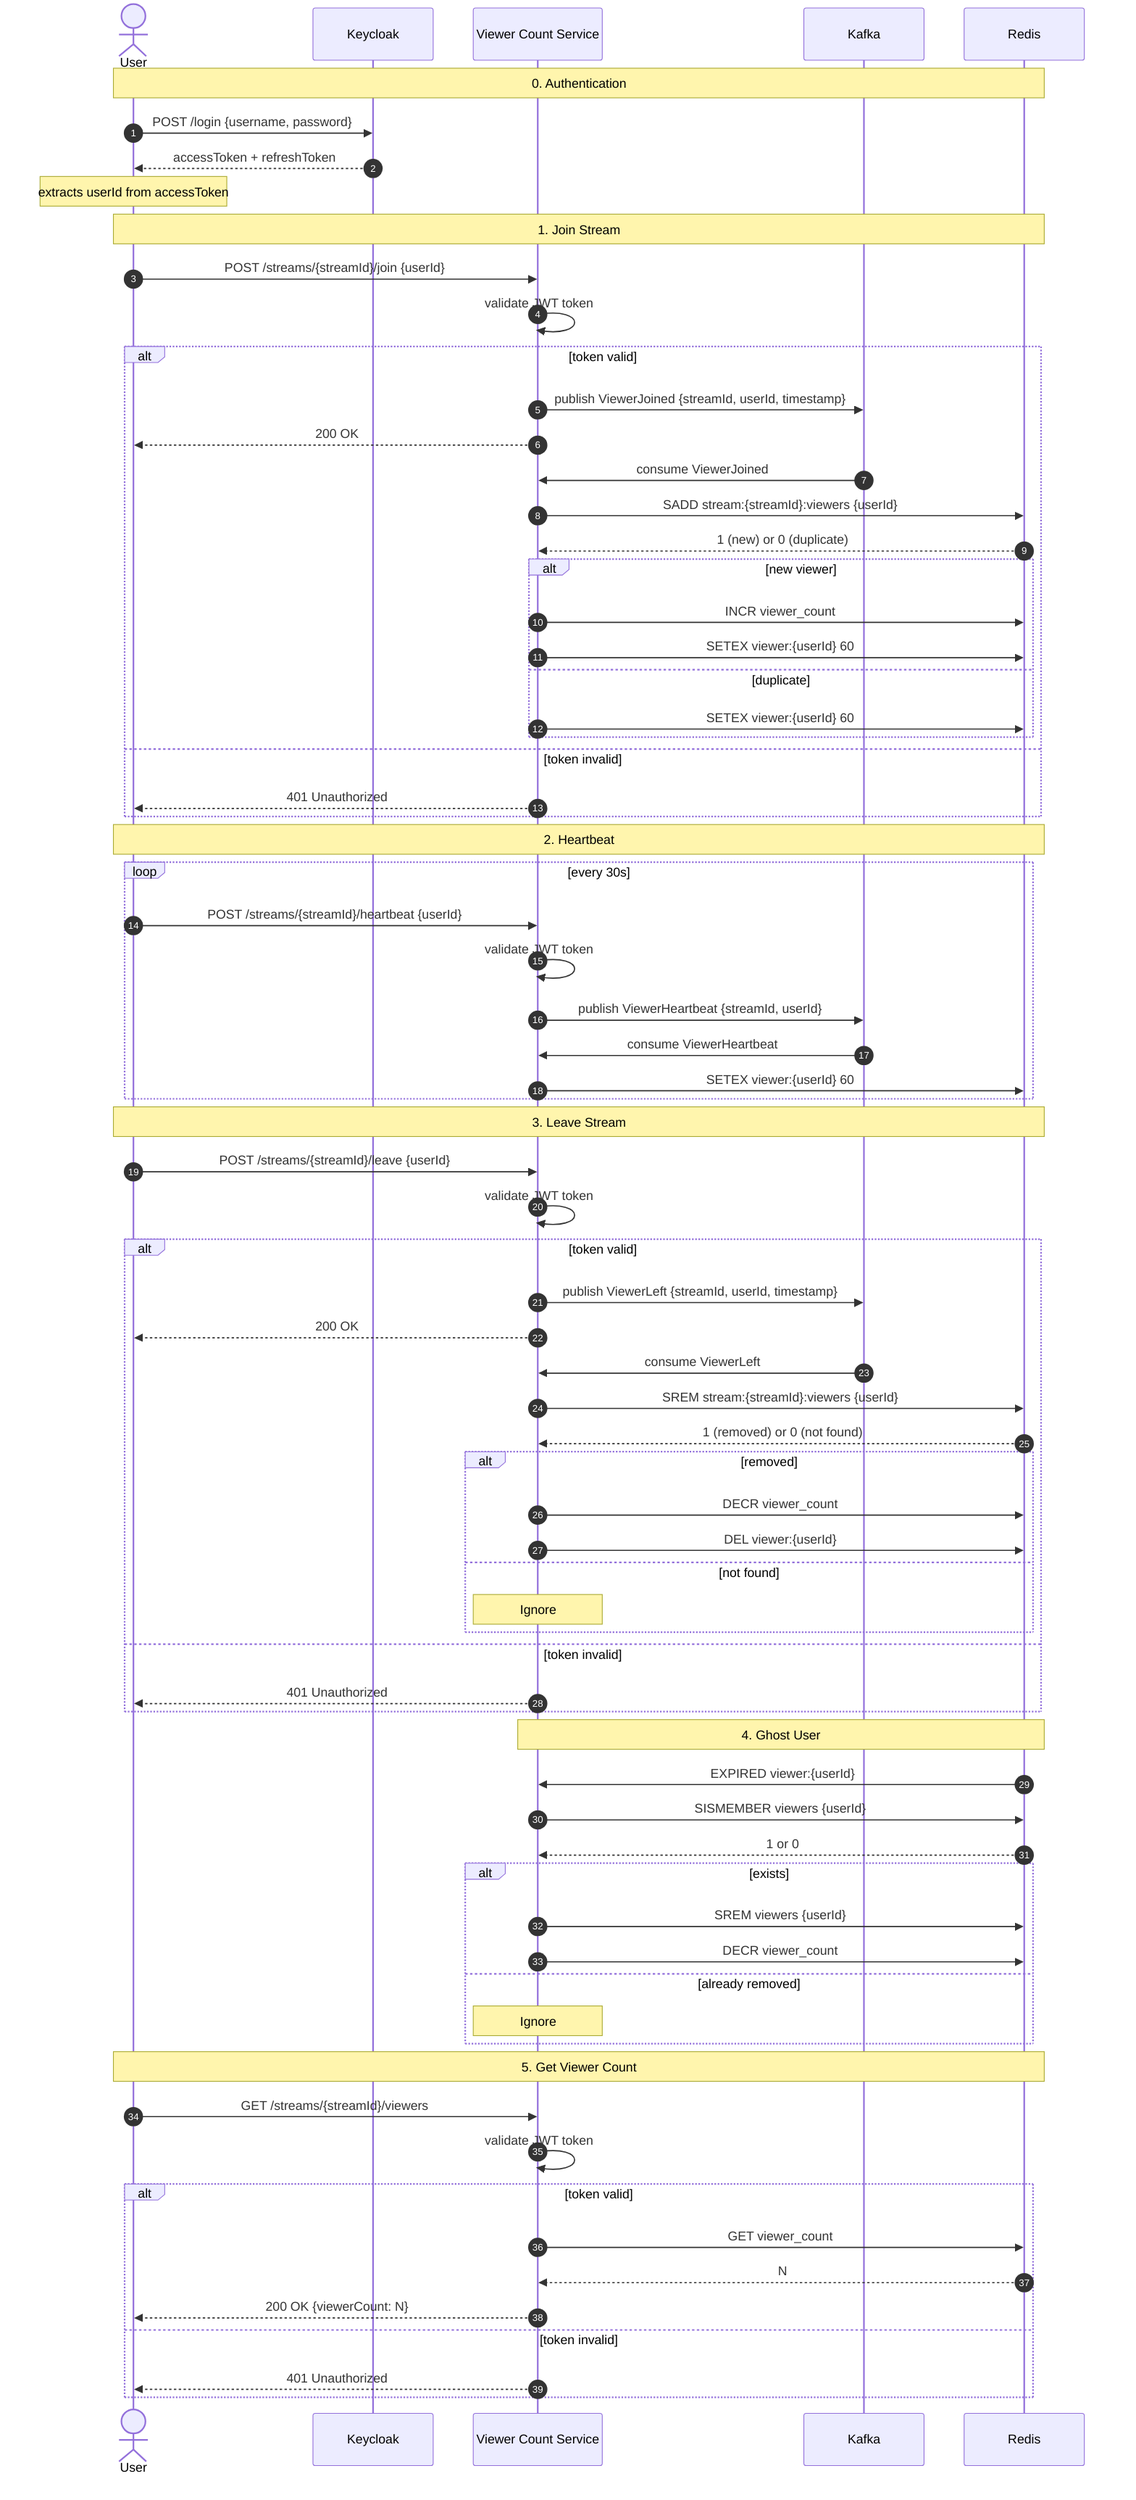
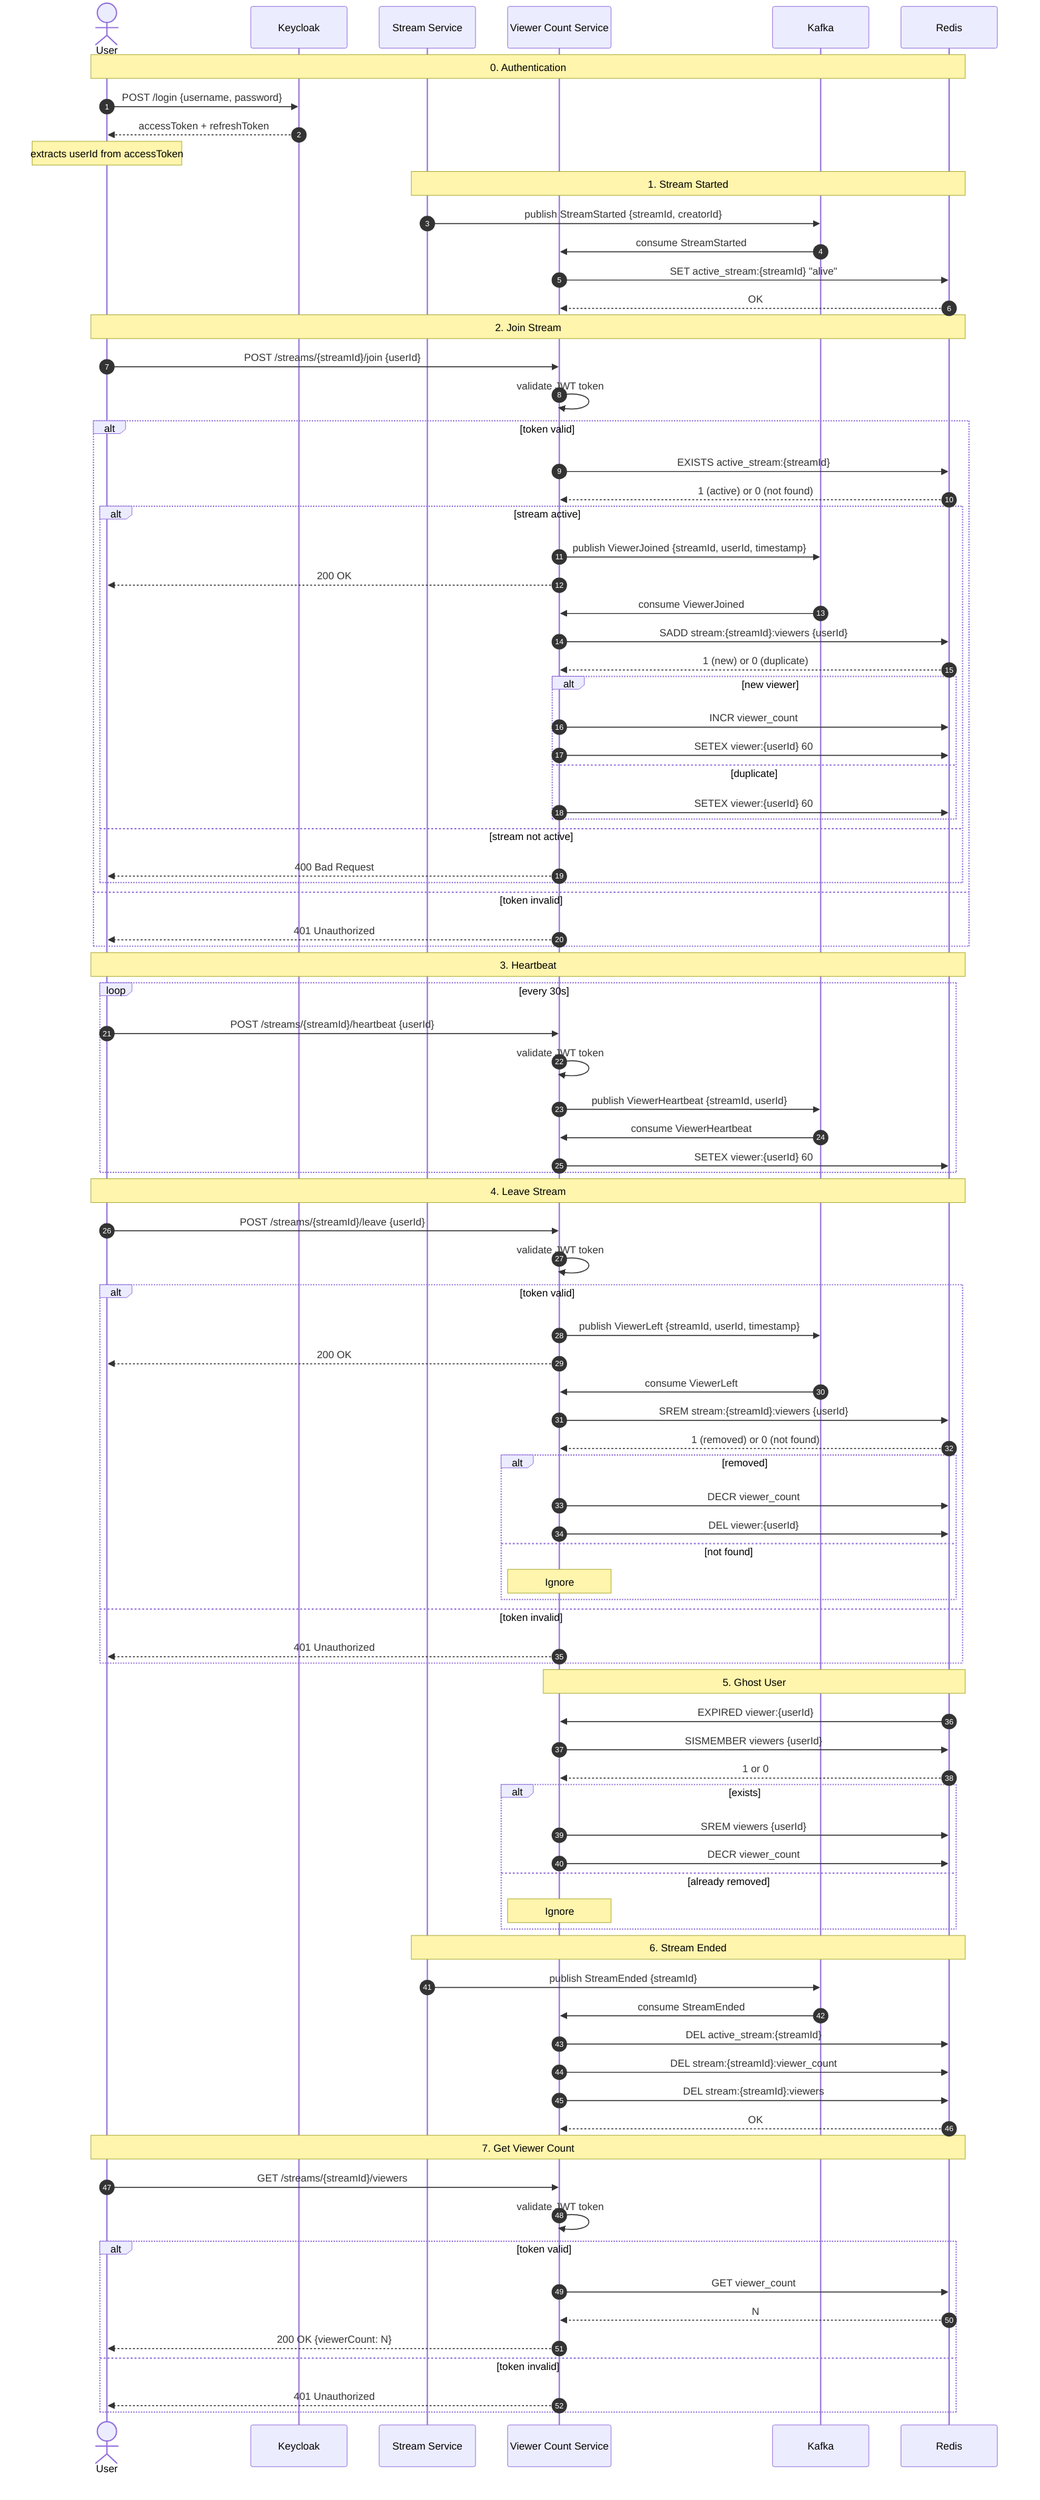
sequenceDiagram
    autonumber
    actor U as User
    participant KC as Keycloak
+     participant SS as Stream Service
    participant V as Viewer Count Service
    participant K as Kafka
    participant R as Redis

    Note over U,R: 0. Authentication

- U->>KC: POST /login {username, password}
- KC-->>U: accessToken + refreshToken
- Note over U: extracts userId from accessToken
+     U->>KC: POST /login {username, password}
+     KC-->>U: accessToken + refreshToken
+     Note over U: extracts userId from accessToken

-     Note over U,R: 1. Join Stream
+     Note over SS,R: 1. Stream Started
+ 
+     SS->>K: publish StreamStarted {streamId, creatorId}
+     K->>V: consume StreamStarted
+     V->>R: SET active_stream:{streamId} "alive"
+     R-->>V: OK
+ 
+     Note over U,R: 2. Join Stream

    U->>V: POST /streams/{streamId}/join {userId}
    V->>V: validate JWT token
    alt token valid
-         V->>K: publish ViewerJoined {streamId, userId, timestamp}
-         V-->>U: 200 OK
-         K->>V: consume ViewerJoined
-         V->>R: SADD stream:{streamId}:viewers {userId}
-         R-->>V: 1 (new) or 0 (duplicate)
-         alt new viewer
-             V->>R: INCR viewer_count
-             V->>R: SETEX viewer:{userId} 60
-         else duplicate
-             V->>R: SETEX viewer:{userId} 60
+         V->>R: EXISTS active_stream:{streamId}
+         R-->>V: 1 (active) or 0 (not found)
+         alt stream active
+             V->>K: publish ViewerJoined {streamId, userId, timestamp}
+             V-->>U: 200 OK
+             K->>V: consume ViewerJoined
+             V->>R: SADD stream:{streamId}:viewers {userId}
+             R-->>V: 1 (new) or 0 (duplicate)
+             alt new viewer
+                 V->>R: INCR viewer_count
+                 V->>R: SETEX viewer:{userId} 60
+             else duplicate
+                 V->>R: SETEX viewer:{userId} 60
+             end
+         else stream not active
+             V-->>U: 400 Bad Request
        end
    else token invalid
        V-->>U: 401 Unauthorized
    end

-     Note over U,R: 2. Heartbeat
+     Note over U,R: 3. Heartbeat

    loop every 30s
        U->>V: POST /streams/{streamId}/heartbeat {userId}
        V->>V: validate JWT token
        V->>K: publish ViewerHeartbeat {streamId, userId}
        K->>V: consume ViewerHeartbeat
        V->>R: SETEX viewer:{userId} 60
    end

-     Note over U,R: 3. Leave Stream
+     Note over U,R: 4. Leave Stream

    U->>V: POST /streams/{streamId}/leave {userId}
    V->>V: validate JWT token
    alt token valid
        V->>K: publish ViewerLeft {streamId, userId, timestamp}
        V-->>U: 200 OK
        K->>V: consume ViewerLeft
        V->>R: SREM stream:{streamId}:viewers {userId}
        R-->>V: 1 (removed) or 0 (not found)
        alt removed
            V->>R: DECR viewer_count
            V->>R: DEL viewer:{userId}
        else not found
            Note over V: Ignore
        end
    else token invalid
        V-->>U: 401 Unauthorized
    end

-     Note over V,R: 4. Ghost User
+     Note over V,R: 5. Ghost User

    R->>V: EXPIRED viewer:{userId}
    V->>R: SISMEMBER viewers {userId}
    R-->>V: 1 or 0
    alt exists
        V->>R: SREM viewers {userId}
        V->>R: DECR viewer_count
    else already removed
        Note over V: Ignore
    end

-     Note over U,R: 5. Get Viewer Count
+     Note over SS,R: 6. Stream Ended
+ 
+     SS->>K: publish StreamEnded {streamId}
+     K->>V: consume StreamEnded
+     V->>R: DEL active_stream:{streamId}
+     V->>R: DEL stream:{streamId}:viewer_count
+     V->>R: DEL stream:{streamId}:viewers
+     R-->>V: OK
+ 
+     Note over U,R: 7. Get Viewer Count

    U->>V: GET /streams/{streamId}/viewers
    V->>V: validate JWT token
    alt token valid
        V->>R: GET viewer_count
        R-->>V: N
        V-->>U: 200 OK {viewerCount: N}
    else token invalid
        V-->>U: 401 Unauthorized
    end